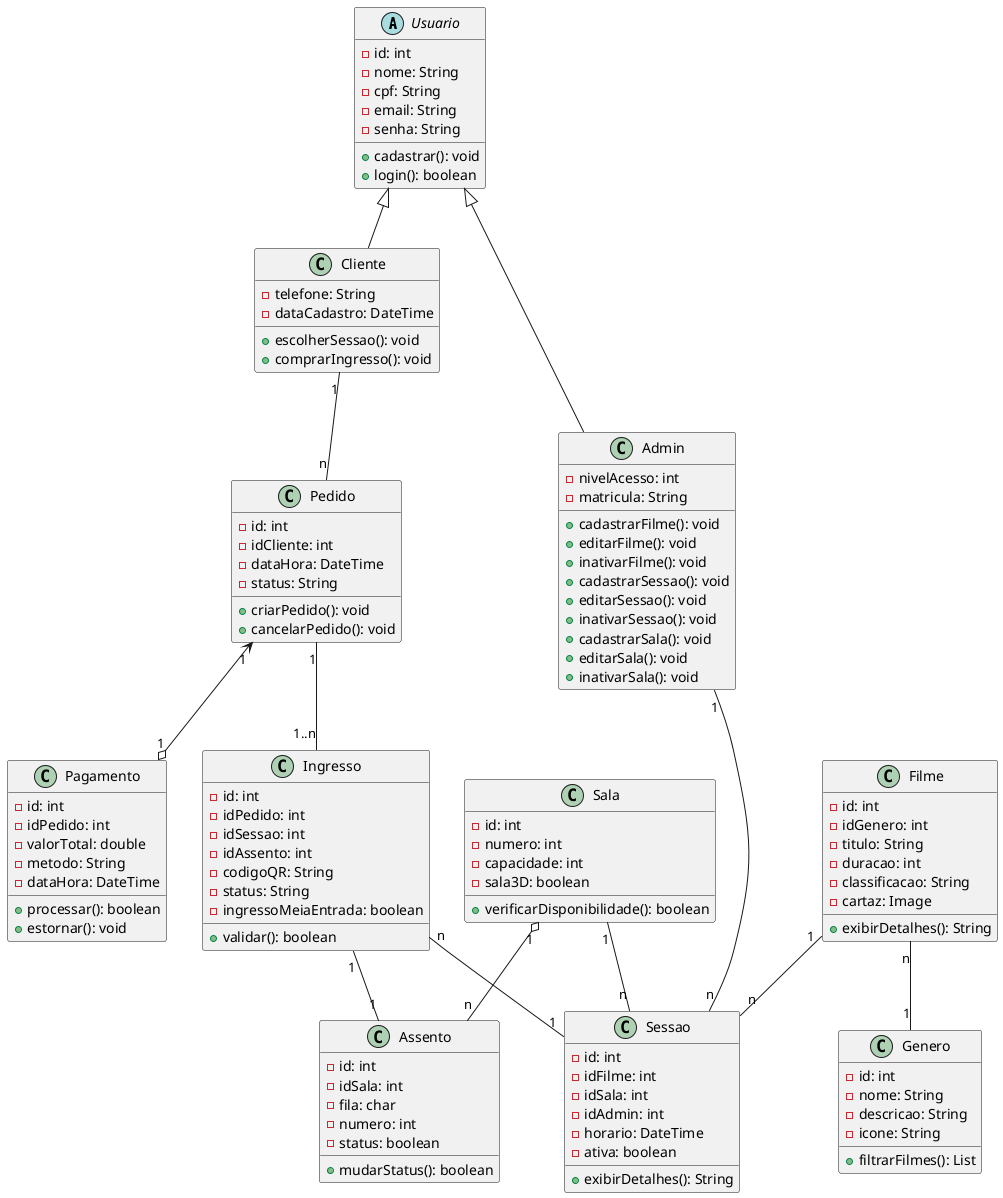
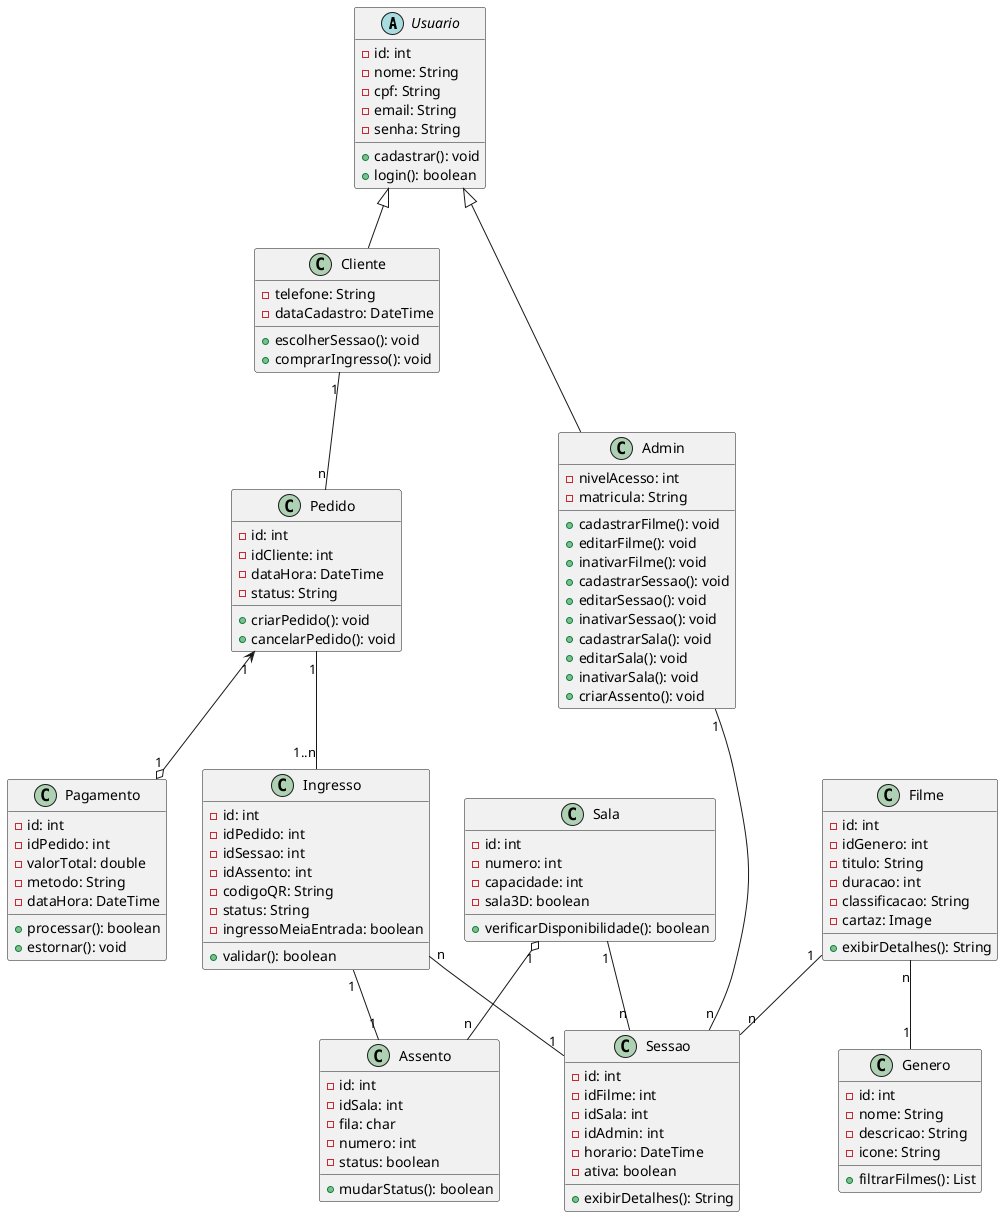
@startuml

' Classes principais
abstract Usuario {
    - id: int
    - nome: String
    - cpf: String
    - email: String
    - senha: String
    + cadastrar(): void
    + login(): boolean
}

class Cliente {
    - telefone: String
    - dataCadastro: DateTime
    + escolherSessao(): void
    + comprarIngresso(): void
}

class Admin {
    - nivelAcesso: int
    - matricula: String
    + cadastrarFilme(): void
    + editarFilme(): void
    + inativarFilme(): void
    + cadastrarSessao(): void
    + editarSessao(): void
    + inativarSessao(): void
    + cadastrarSala(): void
    + editarSala(): void
    + inativarSala(): void
+     + criarAssento(): void
}

class Pedido {
    - id: int
    - idCliente: int
    - dataHora: DateTime
    - status: String
    + criarPedido(): void
    + cancelarPedido(): void
}

class Pagamento {
    - id: int
    - idPedido: int
    - valorTotal: double
    - metodo: String
    - dataHora: DateTime
    + processar(): boolean
    + estornar(): void
}

class Ingresso {
    - id: int
    - idPedido: int
    - idSessao: int
    - idAssento: int
    - codigoQR: String
    - status: String
    - ingressoMeiaEntrada: boolean
    + validar(): boolean
}

class Assento {
    - id: int
    - idSala: int
    - fila: char
    - numero: int
    - status: boolean
    + mudarStatus(): boolean
}

class Sessao {
    - id: int
    - idFilme: int
    - idSala: int
    - idAdmin: int
    - horario: DateTime
    - ativa: boolean
    + exibirDetalhes(): String
}

class Filme {
    - id: int
    - idGenero: int
    - titulo: String
    - duracao: int
    - classificacao: String
    - cartaz: Image
    + exibirDetalhes(): String
}

class Sala {
    - id: int
    - numero: int
    - capacidade: int
    - sala3D: boolean
    + verificarDisponibilidade(): boolean
}

class Genero {
    - id: int
    - nome: String
    - descricao: String
    - icone: String
    + filtrarFilmes(): List
}

' Herança
Usuario <|-- Cliente
Usuario <|-- Admin

' Relacionamentos
Cliente "1" -- "n" Pedido
Pedido "1" -- "1..n" Ingresso
Pedido "1" <--o "1" Pagamento

Ingresso "n" -- "1" Sessao
Ingresso "1" -- "1" Assento

Sala "1" o-- "n" Assento

Admin "1" -- "n" Sessao

Filme "1" -- "n" Sessao
Sala "1" -- "n" Sessao
Filme "n" -- "1" Genero

@enduml